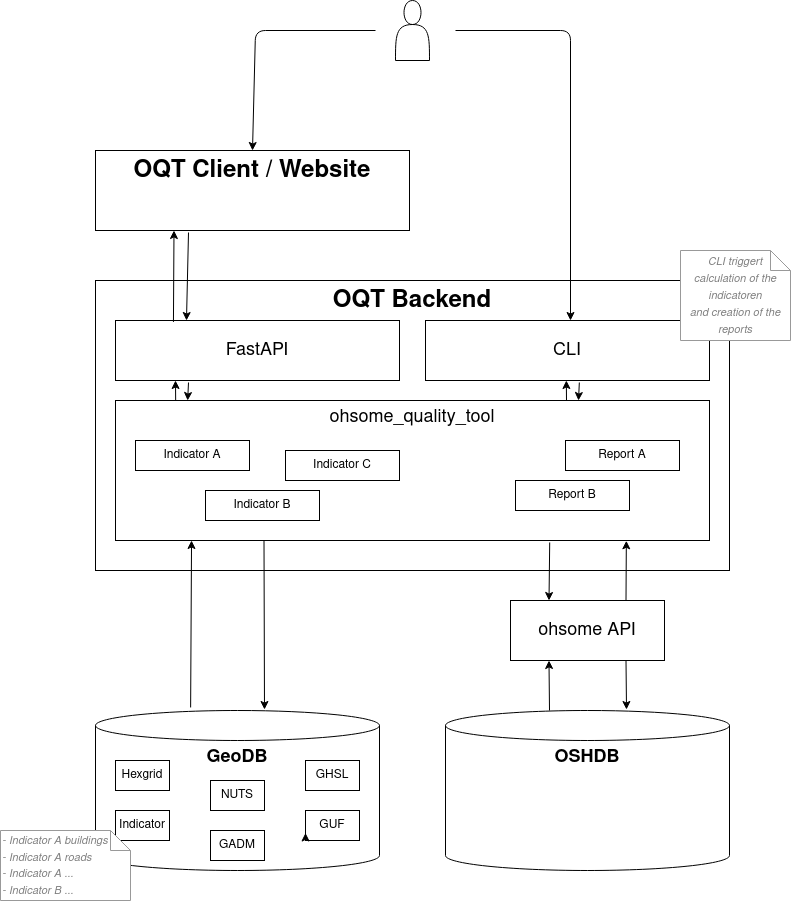
GIScience/ohsome-quality-api keeps this draw.io diagram as docs/component_diagram.png. Above is the earlier version. Source tidied: cells renumbered, new cells last; positions are measured from the earlier drawing's top-left corner, leaving out a move shared by most shapes.
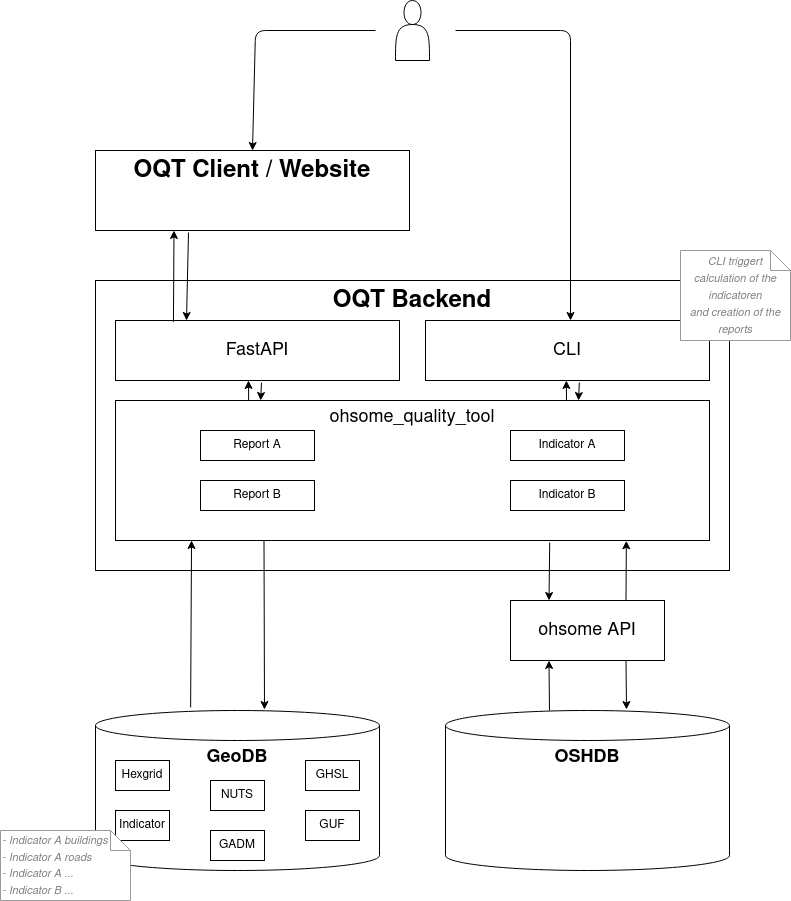
Later version of the same file.

Commit message:
Update component diagram

What changed in the source:
```diff
@@ -24,20 +24,17 @@
       <mxGeometry x="115" y="400" width="594" height="140" as="geometry" />
     </mxCell>
     <mxCell id="9" value="Indicator A" style="rounded=0;whiteSpace=wrap;html=1;" parent="1" vertex="1">
-      <mxGeometry x="135" y="440" width="114" height="30" as="geometry" />
+      <mxGeometry x="510" y="430" width="114" height="30" as="geometry" />
     </mxCell>
     <mxCell id="10" value="Indicator B" style="rounded=0;whiteSpace=wrap;html=1;" parent="1" vertex="1">
-      <mxGeometry x="205" y="490" width="114" height="30" as="geometry" />
+      <mxGeometry x="510" y="480" width="114" height="30" as="geometry" />
     </mxCell>
     <mxCell id="11" value="Report A" style="rounded=0;whiteSpace=wrap;html=1;" parent="1" vertex="1">
-      <mxGeometry x="565" y="440" width="114" height="30" as="geometry" />
+      <mxGeometry x="200" y="430" width="114" height="30" as="geometry" />
     </mxCell>
     <mxCell id="12" value="Report B" style="rounded=0;whiteSpace=wrap;html=1;" parent="1" vertex="1">
-      <mxGeometry x="515" y="480" width="114" height="30" as="geometry" />
+      <mxGeometry x="200" y="480" width="114" height="30" as="geometry" />
     </mxCell>
-    <mxCell id="13" value="Indicator C" style="rounded=0;whiteSpace=wrap;html=1;" parent="1" vertex="1">
-      <mxGeometry x="285" y="450" width="114" height="30" as="geometry" />
-    </mxCell>
     <mxCell id="14" value="&lt;font style=&quot;font-size: 24px&quot;&gt;&lt;b&gt;&lt;font style=&quot;font-size: 24px&quot;&gt;OQT Client / Website&lt;/font&gt;&lt;/b&gt;&lt;/font&gt;" style="rounded=0;whiteSpace=wrap;html=1;verticalAlign=top;" parent="1" vertex="1">
       <mxGeometry x="95" y="150" width="314" height="80" as="geometry" />
     </mxCell>
@@ -91,14 +88,14 @@
     </mxCell>
     <mxCell id="24" style="endArrow=classic;html=1;entryX=0.25;entryY=1;entryDx=0;entryDy=0;" parent="1" edge="1">
       <mxGeometry relative="1" as="geometry">
-        <mxPoint x="175.2" y="400" as="sourcePoint" />
-        <mxPoint x="175" y="380" as="targetPoint" />
+        <mxPoint x="248.2" y="400" as="sourcePoint" />
+        <mxPoint x="248" y="380" as="targetPoint" />
       </mxGeometry>
     </mxCell>
     <mxCell id="25" style="endArrow=classic;html=1;" parent="1" edge="1">
       <mxGeometry relative="1" as="geometry">
-        <mxPoint x="188" y="382" as="sourcePoint" />
-        <mxPoint x="187.2" y="400" as="targetPoint" />
+        <mxPoint x="261" y="382" as="sourcePoint" />
+        <mxPoint x="260.2" y="400" as="targetPoint" />
       </mxGeometry>
     </mxCell>
     <mxCell id="26" style="endArrow=classic;html=1;entryX=0.25;entryY=0;entryDx=0;entryDy=0;exitX=0.731;exitY=1.014;exitDx=0;exitDy=0;exitPerimeter=0;" parent="1" edge="1" source="8" target="4">
@@ -141,8 +138,8 @@
     <mxCell id="37" value="&lt;div align=&quot;left&quot;&gt;&lt;font style=&quot;font-size: 11px&quot; color=&quot;#808080&quot;&gt;&lt;i&gt;- Indicator A buildings&lt;br&gt;- Indicator A roads&lt;br&gt;- Indicator A ...&lt;br&gt;- Indicator B ...&lt;br&gt;&lt;/i&gt;&lt;/font&gt;&lt;/div&gt;" style="shape=note;strokeWidth=1;fontSize=14;size=20;whiteSpace=wrap;html=1;strokeColor=#999999;align=left;" parent="1" vertex="1">
       <mxGeometry y="830" width="130" height="70" as="geometry" />
     </mxCell>
-    <mxCell id="38" style="edgeStyle=orthogonalEdgeStyle;rounded=0;orthogonalLoop=1;jettySize=auto;html=1;exitX=0.5;exitY=1;exitDx=0;exitDy=0;entryX=0;entryY=0.75;entryDx=0;entryDy=0;" parent="1" edge="1" source="29" target="29">
-      <mxGeometry relative="1" as="geometry" />
-    </mxCell>
+    <mxCell id="39" style="edgeStyle=orthogonalEdgeStyle;rounded=0;orthogonalLoop=1;jettySize=auto;html=1;exitX=0.5;exitY=1;exitDx=0;exitDy=0;" parent="1" edge="1" source="9" target="9">
+      <mxGeometry relative="1" as="geometry" />
+    </mxCell>
   </root>
 </mxGraphModel>
```
